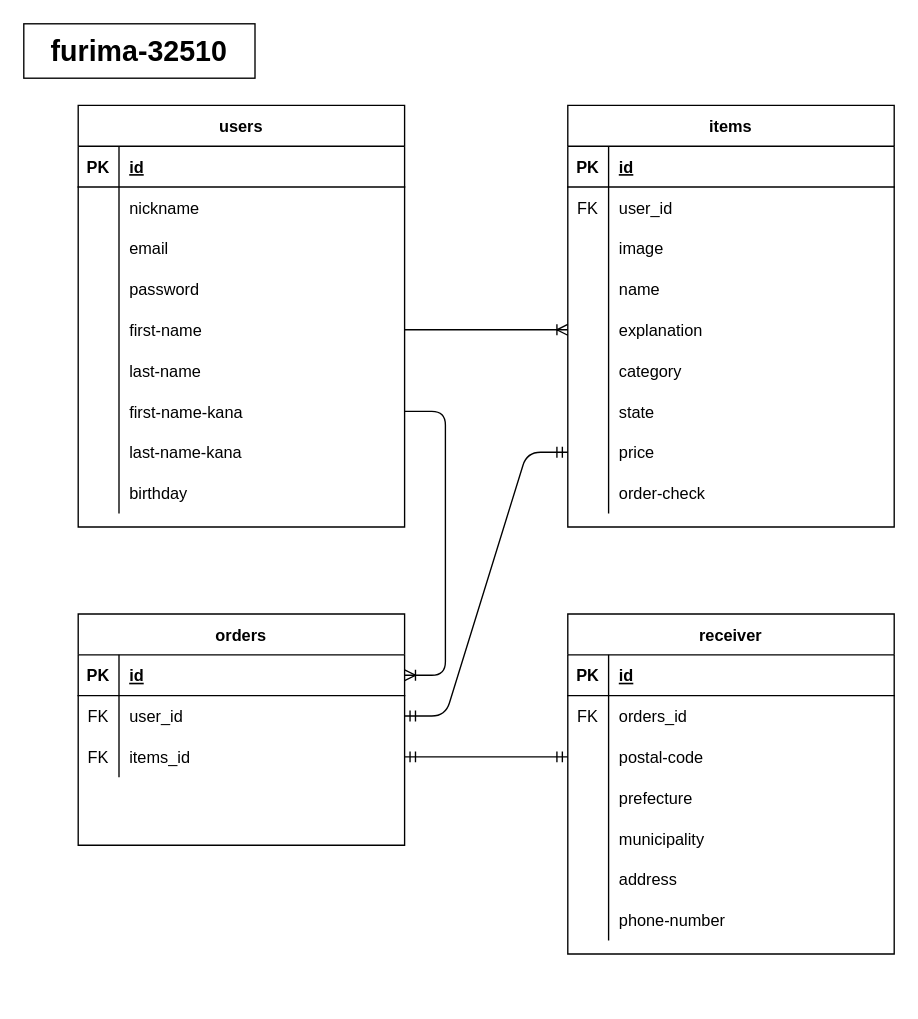
The draw.io diagram ER_furima.dio in Kazumasa0309/furima-32510, before the edit. Source tidied: cells renumbered, new cells numbered last; positions are measured from the earlier drawing's top-left corner, leaving out a move shared by most shapes. Both pictures are drawn from the tidied source at 136%, with x=0, y=0 at pixel (23, 23).
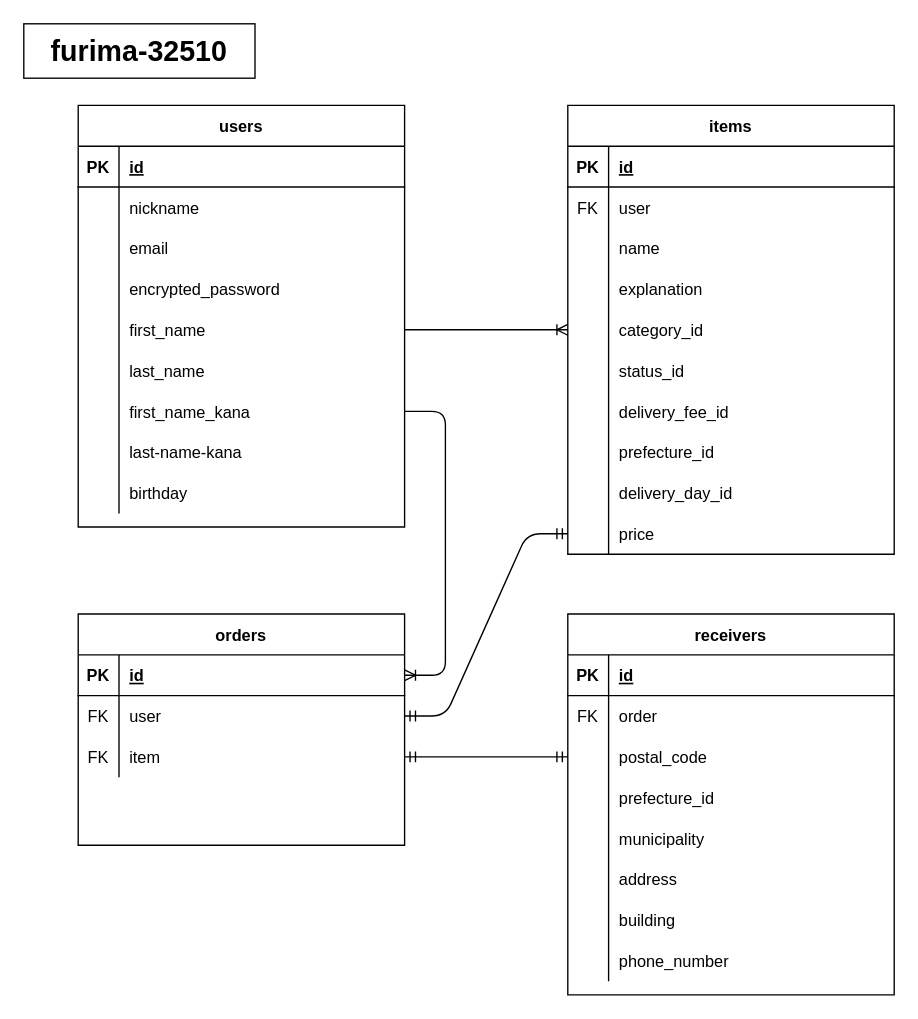
The same diagram, later.

Commit message (it also covers changes not shown here):
README修正3＆ER図修正

The change refers to these unchanged cells:
```xml
<mxCell id="12" style="shape=partialRectangle;fillColor=none;top=0;left=0;bottom=0;right=0;" parent="2" vertex="1">
  <mxGeometry y="120" width="240" height="30" as="geometry" />
</mxCell>
<mxCell id="15" style="shape=partialRectangle;fillColor=none;top=0;left=0;bottom=0;right=0;points=[[0,0.5],[1,0.5]];portConstraint=eastwest;" parent="2" vertex="1">
  <mxGeometry y="150" width="240" height="30" as="geometry" />
</mxCell>
<mxCell id="18" style="shape=partialRectangle;fillColor=none;top=0;left=0;bottom=0;right=0;" parent="2" vertex="1">
  <mxGeometry y="180" width="240" height="30" as="geometry" />
</mxCell>
<mxCell id="21" style="shape=partialRectangle;fillColor=none;top=0;left=0;bottom=0;right=0;points=[[0,0.5],[1,0.5]];portConstraint=eastwest;" parent="2" vertex="1">
  <mxGeometry y="210" width="240" height="30" as="geometry" />
</mxCell>
<mxCell id="34" style="shape=partialRectangle;fillColor=none;top=0;left=0;bottom=0;right=0;" parent="30" vertex="1">
  <mxGeometry y="60" width="240" height="30" as="geometry" />
</mxCell>
<mxCell id="63" style="shape=partialRectangle;fillColor=none;top=0;left=0;bottom=0;right=0;" parent="59" vertex="1">
  <mxGeometry y="60" width="240" height="30" as="geometry" />
</mxCell>
<mxCell id="66" style="shape=partialRectangle;fillColor=none;top=0;left=0;bottom=0;right=0;points=[[0,0.5],[1,0.5]];portConstraint=eastwest;" parent="59" vertex="1">
  <mxGeometry y="90" width="240" height="30" as="geometry" />
</mxCell>
<mxCell id="69" style="shape=partialRectangle;fillColor=none;top=0;left=0;bottom=0;right=0;" parent="59" vertex="1">
  <mxGeometry y="120" width="240" height="30" as="geometry" />
</mxCell>
<mxCell id="85" style="shape=partialRectangle;fillColor=none;top=0;left=0;bottom=0;right=0;points=[[0,0.5],[1,0.5]];portConstraint=eastwest;" parent="81" vertex="1">
  <mxGeometry y="60" width="240" height="30" as="geometry" />
</mxCell>
<mxCell id="88" style="shape=partialRectangle;fillColor=none;top=0;left=0;bottom=0;right=0;points=[[0,0.5],[1,0.5]];portConstraint=eastwest;" parent="81" vertex="1">
  <mxGeometry y="90" width="240" height="30" as="geometry" />
</mxCell>
```

The edit, as a diff of the source:
```diff
@@
-    <mxCell id="14" value="password" style="shape=partialRectangle;fillColor=none;top=0;left=0;bottom=0;right=0;align=left;spacingLeft=6;overflow=hidden;" parent="12" vertex="1">
+    <mxCell id="14" value="encrypted_password" style="shape=partialRectangle;fillColor=none;top=0;left=0;bottom=0;right=0;align=left;spacingLeft=6;overflow=hidden;" parent="12" vertex="1">
       <mxGeometry x="30" width="210" height="30" as="geometry" />
     </mxCell>
@@
-    <mxCell id="17" value="first-name" style="shape=partialRectangle;fillColor=none;top=0;left=0;bottom=0;right=0;align=left;spacingLeft=6;overflow=hidden;" parent="15" vertex="1">
+    <mxCell id="17" value="first_name" style="shape=partialRectangle;fillColor=none;top=0;left=0;bottom=0;right=0;align=left;spacingLeft=6;overflow=hidden;" parent="15" vertex="1">
       <mxGeometry x="30" width="210" height="30" as="geometry" />
     </mxCell>
@@
-    <mxCell id="20" value="last-name" style="shape=partialRectangle;fillColor=none;top=0;left=0;bottom=0;right=0;align=left;spacingLeft=6;overflow=hidden;" parent="18" vertex="1">
+    <mxCell id="20" value="last_name" style="shape=partialRectangle;fillColor=none;top=0;left=0;bottom=0;right=0;align=left;spacingLeft=6;overflow=hidden;" parent="18" vertex="1">
       <mxGeometry x="30" width="210" height="30" as="geometry" />
     </mxCell>
@@
-    <mxCell id="23" value="first-name-kana" style="shape=partialRectangle;fillColor=none;top=0;left=0;bottom=0;right=0;align=left;spacingLeft=6;overflow=hidden;" parent="21" vertex="1">
+    <mxCell id="23" value="first_name_kana" style="shape=partialRectangle;fillColor=none;top=0;left=0;bottom=0;right=0;align=left;spacingLeft=6;overflow=hidden;" parent="21" vertex="1">
       <mxGeometry x="30" width="210" height="30" as="geometry" />
     </mxCell>
@@
     <mxCell id="30" value="items" style="shape=table;startSize=30;childLayout=tableLayout;rowLines=0;fontStyle=1;align=center;" parent="1" vertex="1">
-      <mxGeometry x="400" y="60" width="240" height="310" as="geometry" />
+      <mxGeometry x="400" y="60" width="240" height="330" as="geometry" />
     </mxCell>
@@
-    <mxCell id="36" value="user_id" style="shape=partialRectangle;fillColor=none;top=0;left=0;bottom=0;right=0;align=left;spacingLeft=6;overflow=hidden;" parent="34" vertex="1">
+    <mxCell id="36" value="user" style="shape=partialRectangle;fillColor=none;top=0;left=0;bottom=0;right=0;align=left;spacingLeft=6;overflow=hidden;" parent="34" vertex="1">
       <mxGeometry x="30" width="210" height="30" as="geometry" />
     </mxCell>
-    <mxCell id="37" style="shape=partialRectangle;fillColor=none;top=0;left=0;bottom=0;right=0;" parent="30" vertex="1">
-      <mxGeometry y="90" width="240" height="30" as="geometry" />
-    </mxCell>
-    <mxCell id="38" style="shape=partialRectangle;fillColor=none;top=0;left=0;bottom=0;right=0;overflow=hidden;" parent="37" vertex="1">
-      <mxGeometry width="30" height="30" as="geometry" />
-    </mxCell>
-    <mxCell id="39" value="image" style="shape=partialRectangle;fillColor=none;top=0;left=0;bottom=0;right=0;align=left;spacingLeft=6;overflow=hidden;" parent="37" vertex="1">
-      <mxGeometry x="30" width="210" height="30" as="geometry" />
-    </mxCell>
     <mxCell id="40" style="shape=partialRectangle;fillColor=none;top=0;left=0;bottom=0;right=0;" parent="30" vertex="1">
-      <mxGeometry y="120" width="240" height="30" as="geometry" />
+      <mxGeometry y="90" width="240" height="30" as="geometry" />
     </mxCell>
@@
     <mxCell id="43" style="shape=partialRectangle;fillColor=none;top=0;left=0;bottom=0;right=0;points=[[0,0.5],[1,0.5]];portConstraint=eastwest;" parent="30" vertex="1">
-      <mxGeometry y="150" width="240" height="30" as="geometry" />
+      <mxGeometry y="120" width="240" height="30" as="geometry" />
     </mxCell>
@@
     <mxCell id="46" style="shape=partialRectangle;fillColor=none;top=0;left=0;bottom=0;right=0;points=[[0,0.5],[1,0.5]];portConstraint=eastwest;" parent="30" vertex="1">
-      <mxGeometry y="180" width="240" height="30" as="geometry" />
+      <mxGeometry y="150" width="240" height="30" as="geometry" />
     </mxCell>
@@
-    <mxCell id="48" value="category" style="shape=partialRectangle;fillColor=none;top=0;left=0;bottom=0;right=0;align=left;spacingLeft=6;overflow=hidden;" parent="46" vertex="1">
+    <mxCell id="48" value="category_id" style="shape=partialRectangle;fillColor=none;top=0;left=0;bottom=0;right=0;align=left;spacingLeft=6;overflow=hidden;" parent="46" vertex="1">
       <mxGeometry x="30" width="210" height="30" as="geometry" />
     </mxCell>
     <mxCell id="49" style="shape=partialRectangle;fillColor=none;top=0;left=0;bottom=0;right=0;" parent="30" vertex="1">
-      <mxGeometry y="210" width="240" height="30" as="geometry" />
+      <mxGeometry y="180" width="240" height="30" as="geometry" />
     </mxCell>
@@
-    <mxCell id="51" value="state" style="shape=partialRectangle;fillColor=none;top=0;left=0;bottom=0;right=0;align=left;spacingLeft=6;overflow=hidden;" parent="49" vertex="1">
+    <mxCell id="51" value="status_id" style="shape=partialRectangle;fillColor=none;top=0;left=0;bottom=0;right=0;align=left;spacingLeft=6;overflow=hidden;" parent="49" vertex="1">
       <mxGeometry x="30" width="210" height="30" as="geometry" />
     </mxCell>
+    <mxCell id="95" style="shape=partialRectangle;fillColor=none;top=0;left=0;bottom=0;right=0;" parent="30" vertex="1">
+      <mxGeometry y="210" width="240" height="30" as="geometry" />
+    </mxCell>
+    <mxCell id="96" style="shape=partialRectangle;fillColor=none;top=0;left=0;bottom=0;right=0;overflow=hidden;" parent="95" vertex="1">
+      <mxGeometry width="30" height="30" as="geometry" />
+    </mxCell>
+    <mxCell id="97" value="delivery_fee_id" style="shape=partialRectangle;fillColor=none;top=0;left=0;bottom=0;right=0;align=left;spacingLeft=6;overflow=hidden;" parent="95" vertex="1">
+      <mxGeometry x="30" width="210" height="30" as="geometry" />
+    </mxCell>
+    <mxCell id="98" style="shape=partialRectangle;fillColor=none;top=0;left=0;bottom=0;right=0;" parent="30" vertex="1">
+      <mxGeometry y="240" width="240" height="30" as="geometry" />
+    </mxCell>
+    <mxCell id="99" style="shape=partialRectangle;fillColor=none;top=0;left=0;bottom=0;right=0;overflow=hidden;" parent="98" vertex="1">
+      <mxGeometry width="30" height="30" as="geometry" />
+    </mxCell>
+    <mxCell id="100" value="prefecture_id" style="shape=partialRectangle;fillColor=none;top=0;left=0;bottom=0;right=0;align=left;spacingLeft=6;overflow=hidden;" parent="98" vertex="1">
+      <mxGeometry x="30" width="210" height="30" as="geometry" />
+    </mxCell>
+    <mxCell id="55" style="shape=partialRectangle;fillColor=none;top=0;left=0;bottom=0;right=0;" parent="30" vertex="1">
+      <mxGeometry y="270" width="240" height="30" as="geometry" />
+    </mxCell>
+    <mxCell id="101" style="shape=partialRectangle;fillColor=none;top=0;left=0;bottom=0;right=0;overflow=hidden;" parent="55" vertex="1">
+      <mxGeometry width="30" height="30" as="geometry" />
+    </mxCell>
+    <mxCell id="102" value="delivery_day_id" style="shape=partialRectangle;fillColor=none;top=0;left=0;bottom=0;right=0;align=left;spacingLeft=6;overflow=hidden;" parent="55" vertex="1">
+      <mxGeometry x="30" width="210" height="30" as="geometry" />
+    </mxCell>
     <mxCell id="52" style="shape=partialRectangle;fillColor=none;top=0;left=0;bottom=0;right=0;points=[[0,0.5],[1,0.5]];portConstraint=eastwest;" parent="30" vertex="1">
-      <mxGeometry y="240" width="240" height="30" as="geometry" />
+      <mxGeometry y="300" width="240" height="30" as="geometry" />
     </mxCell>
@@
-    <mxCell id="55" style="shape=partialRectangle;fillColor=none;top=0;left=0;bottom=0;right=0;" parent="30" vertex="1">
-      <mxGeometry y="270" width="240" height="30" as="geometry" />
-    </mxCell>
-    <mxCell id="56" style="shape=partialRectangle;fillColor=none;top=0;left=0;bottom=0;right=0;overflow=hidden;" parent="55" vertex="1">
-      <mxGeometry width="30" height="30" as="geometry" />
-    </mxCell>
-    <mxCell id="57" value="order-check" style="shape=partialRectangle;fillColor=none;top=0;left=0;bottom=0;right=0;align=left;spacingLeft=6;overflow=hidden;" parent="55" vertex="1">
-      <mxGeometry x="30" width="210" height="30" as="geometry" />
-    </mxCell>
-    <mxCell id="58" style="edgeStyle=entityRelationEdgeStyle;fontSize=12;html=1;endArrow=ERoneToMany;entryX=0;entryY=0.5;entryDx=0;entryDy=0;exitX=1;exitY=0.5;exitDx=0;exitDy=0;" parent="1" edge="1" source="15" target="43">
+    <mxCell id="58" style="edgeStyle=entityRelationEdgeStyle;fontSize=12;html=1;endArrow=ERoneToMany;entryX=0;entryY=0.5;entryDx=0;entryDy=0;exitX=1;exitY=0.5;exitDx=0;exitDy=0;" parent="1" edge="1" source="15" target="46">
       <mxGeometry relative="1" as="geometry" />
     </mxCell>
-    <mxCell id="59" value="receiver" style="shape=table;startSize=30;childLayout=tableLayout;rowLines=0;fontStyle=1;align=center;" parent="1" vertex="1">
-      <mxGeometry x="400" y="434" width="240" height="250" as="geometry" />
+    <mxCell id="59" value="receivers" style="shape=table;startSize=30;childLayout=tableLayout;rowLines=0;fontStyle=1;align=center;" parent="1" vertex="1">
+      <mxGeometry x="400" y="434" width="240" height="280" as="geometry" />
     </mxCell>
@@
-    <mxCell id="65" value="orders_id" style="shape=partialRectangle;fillColor=none;top=0;left=0;bottom=0;right=0;align=left;spacingLeft=6;overflow=hidden;" parent="63" vertex="1">
+    <mxCell id="65" value="order" style="shape=partialRectangle;fillColor=none;top=0;left=0;bottom=0;right=0;align=left;spacingLeft=6;overflow=hidden;" parent="63" vertex="1">
       <mxGeometry x="30" width="210" height="30" as="geometry" />
     </mxCell>
@@
-    <mxCell id="68" value="postal-code" style="shape=partialRectangle;fillColor=none;top=0;left=0;bottom=0;right=0;align=left;spacingLeft=6;overflow=hidden;" parent="66" vertex="1">
+    <mxCell id="68" value="postal_code" style="shape=partialRectangle;fillColor=none;top=0;left=0;bottom=0;right=0;align=left;spacingLeft=6;overflow=hidden;" parent="66" vertex="1">
       <mxGeometry x="30" width="210" height="30" as="geometry" />
     </mxCell>
@@
-    <mxCell id="71" value="prefecture" style="shape=partialRectangle;fillColor=none;top=0;left=0;bottom=0;right=0;align=left;spacingLeft=6;overflow=hidden;" parent="69" vertex="1">
+    <mxCell id="71" value="prefecture_id" style="shape=partialRectangle;fillColor=none;top=0;left=0;bottom=0;right=0;align=left;spacingLeft=6;overflow=hidden;" parent="69" vertex="1">
       <mxGeometry x="30" width="210" height="30" as="geometry" />
     </mxCell>
@@
+    <mxCell id="103" style="shape=partialRectangle;fillColor=none;top=0;left=0;bottom=0;right=0;" parent="59" vertex="1">
+      <mxGeometry y="210" width="240" height="30" as="geometry" />
+    </mxCell>
+    <mxCell id="104" style="shape=partialRectangle;fillColor=none;top=0;left=0;bottom=0;right=0;overflow=hidden;" parent="103" vertex="1">
+      <mxGeometry width="30" height="30" as="geometry" />
+    </mxCell>
+    <mxCell id="105" value="building" style="shape=partialRectangle;fillColor=none;top=0;left=0;bottom=0;right=0;align=left;spacingLeft=6;overflow=hidden;" parent="103" vertex="1">
+      <mxGeometry x="30" width="210" height="30" as="geometry" />
+    </mxCell>
     <mxCell id="78" style="shape=partialRectangle;fillColor=none;top=0;left=0;bottom=0;right=0;" parent="59" vertex="1">
-      <mxGeometry y="210" width="240" height="30" as="geometry" />
+      <mxGeometry y="240" width="240" height="30" as="geometry" />
     </mxCell>
@@
-    <mxCell id="80" value="phone-number" style="shape=partialRectangle;fillColor=none;top=0;left=0;bottom=0;right=0;align=left;spacingLeft=6;overflow=hidden;" parent="78" vertex="1">
+    <mxCell id="80" value="phone_number" style="shape=partialRectangle;fillColor=none;top=0;left=0;bottom=0;right=0;align=left;spacingLeft=6;overflow=hidden;" parent="78" vertex="1">
       <mxGeometry x="30" width="210" height="30" as="geometry" />
     </mxCell>
@@
-    <mxCell id="87" value="user_id" style="shape=partialRectangle;fillColor=none;top=0;left=0;bottom=0;right=0;align=left;spacingLeft=6;overflow=hidden;" parent="85" vertex="1">
+    <mxCell id="87" value="user" style="shape=partialRectangle;fillColor=none;top=0;left=0;bottom=0;right=0;align=left;spacingLeft=6;overflow=hidden;" parent="85" vertex="1">
       <mxGeometry x="30" width="210" height="30" as="geometry" />
     </mxCell>
@@
-    <mxCell id="90" value="items_id" style="shape=partialRectangle;fillColor=none;top=0;left=0;bottom=0;right=0;align=left;spacingLeft=6;overflow=hidden;" parent="88" vertex="1">
+    <mxCell id="90" value="item" style="shape=partialRectangle;fillColor=none;top=0;left=0;bottom=0;right=0;align=left;spacingLeft=6;overflow=hidden;" parent="88" vertex="1">
       <mxGeometry x="30" width="210" height="30" as="geometry" />
     </mxCell>
```
